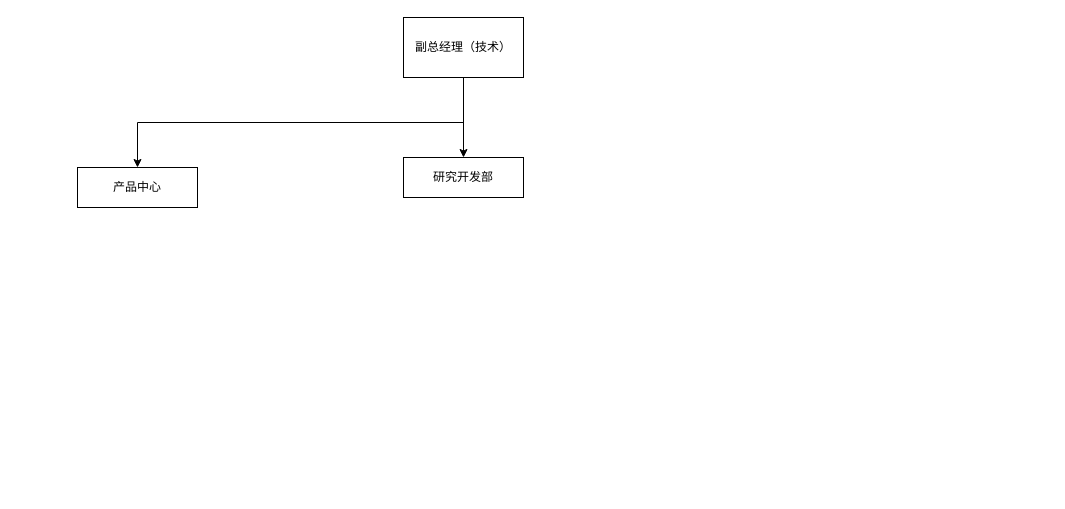
Earlier version of the draw.io diagram rd_department_arch.drawio (xuhui-toehold/drawings). Source tidied: cells renumbered, new cells numbered last; positions are measured from the earlier drawing's top-left corner, leaving out a move shared by most shapes. Both pictures are drawn from the tidied source at 100%, with x=0, y=0 at pixel (77, 17).
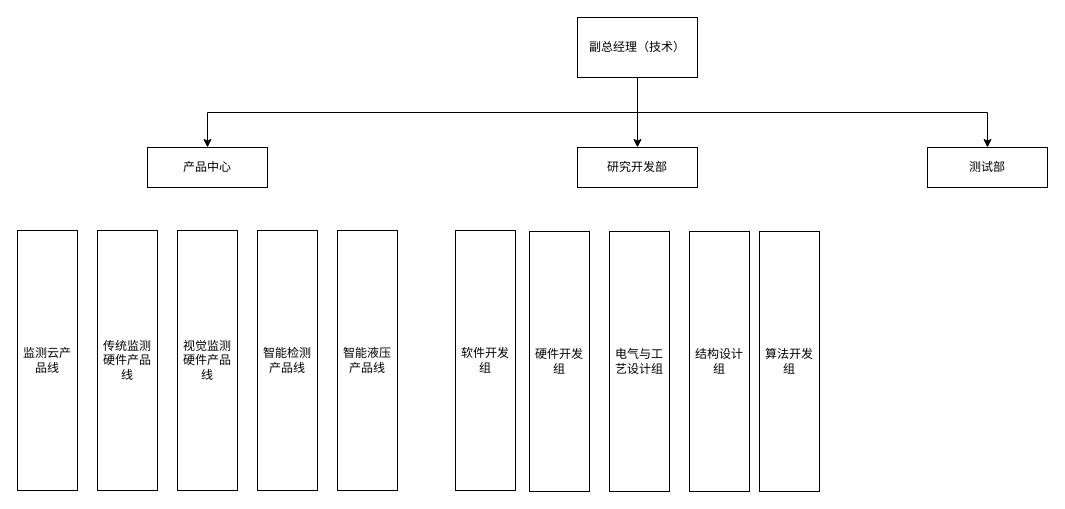
Above is the later version.

Change to the diagram source:
```diff
@@
 <mxGraphModel>
   <root>
     <mxCell id="0" />
     <mxCell id="1" parent="0" />
     <mxCell id="2" style="edgeStyle=orthogonalEdgeStyle;rounded=0;jettySize=auto;html=1;exitX=0.5;exitY=1;exitDx=0;exitDy=0;" parent="1" edge="1" source="3" target="4">
       <mxGeometry relative="1" as="geometry" />
     </mxCell>
+    <mxCell id="7" style="edgeStyle=orthogonalEdgeStyle;rounded=0;jettySize=auto;html=1;exitX=0.5;exitY=1;exitDx=0;exitDy=0;entryX=0.5;entryY=0;entryDx=0;entryDy=0;" parent="1" edge="1" source="3" target="8">
+      <mxGeometry relative="1" as="geometry" />
+    </mxCell>
     <mxCell id="3" value="副总经理（技术）" style="rounded=0;whiteSpace=wrap;html=1;" parent="1" vertex="1">
-      <mxGeometry x="326" width="120" height="60" as="geometry" />
+      <mxGeometry x="500" width="120" height="60" as="geometry" />
     </mxCell>
     <mxCell id="4" value="产品中心" style="rounded=0;whiteSpace=wrap;html=1;" parent="1" vertex="1">
-      <mxGeometry y="150" width="120" height="40" as="geometry" />
+      <mxGeometry x="70" y="130" width="120" height="40" as="geometry" />
     </mxCell>
     <mxCell id="5" value="研究开发部" style="rounded=0;whiteSpace=wrap;html=1;" parent="1" vertex="1">
-      <mxGeometry x="326" y="140" width="120" height="40" as="geometry" />
+      <mxGeometry x="500" y="130" width="120" height="40" as="geometry" />
     </mxCell>
     <mxCell id="6" style="edgeStyle=orthogonalEdgeStyle;rounded=0;jettySize=auto;html=1;exitX=0.5;exitY=1;exitDx=0;exitDy=0;" parent="1" edge="1" source="3" target="5">
       <mxGeometry relative="1" as="geometry" />
     </mxCell>
+    <mxCell id="8" value="测试部" style="rounded=0;whiteSpace=wrap;html=1;" parent="1" vertex="1">
+      <mxGeometry x="850" y="130" width="120" height="40" as="geometry" />
+    </mxCell>
+    <mxCell id="9" value="监测云产品线" style="rounded=0;whiteSpace=wrap;html=1;" parent="1" vertex="1">
+      <mxGeometry x="-60" y="213" width="60" height="260" as="geometry" />
+    </mxCell>
+    <mxCell id="10" value="传统监测硬件产品线" style="rounded=0;whiteSpace=wrap;html=1;" parent="1" vertex="1">
+      <mxGeometry x="20" y="213" width="60" height="260" as="geometry" />
+    </mxCell>
+    <mxCell id="11" value="视觉监测硬件产品线" style="rounded=0;whiteSpace=wrap;html=1;" parent="1" vertex="1">
+      <mxGeometry x="100" y="213" width="60" height="260" as="geometry" />
+    </mxCell>
+    <mxCell id="12" value="智能检测产品线" style="rounded=0;whiteSpace=wrap;html=1;" parent="1" vertex="1">
+      <mxGeometry x="180" y="213" width="60" height="260" as="geometry" />
+    </mxCell>
+    <mxCell id="13" value="智能液压产品线" style="rounded=0;whiteSpace=wrap;html=1;" parent="1" vertex="1">
+      <mxGeometry x="260" y="213" width="60" height="260" as="geometry" />
+    </mxCell>
+    <mxCell id="14" value="软件开发组" style="rounded=0;whiteSpace=wrap;html=1;" parent="1" vertex="1">
+      <mxGeometry x="378" y="213" width="60" height="260" as="geometry" />
+    </mxCell>
+    <mxCell id="15" value="硬件开发组" style="rounded=0;whiteSpace=wrap;html=1;" parent="1" vertex="1">
+      <mxGeometry x="452" y="214" width="60" height="260" as="geometry" />
+    </mxCell>
+    <mxCell id="16" value="电气与工艺设计组" style="rounded=0;whiteSpace=wrap;html=1;" parent="1" vertex="1">
+      <mxGeometry x="532" y="214" width="60" height="260" as="geometry" />
+    </mxCell>
+    <mxCell id="17" value="结构设计组" style="rounded=0;whiteSpace=wrap;html=1;" parent="1" vertex="1">
+      <mxGeometry x="612" y="214" width="60" height="260" as="geometry" />
+    </mxCell>
+    <mxCell id="18" value="算法开发组" style="rounded=0;whiteSpace=wrap;html=1;" parent="1" vertex="1">
+      <mxGeometry x="682" y="214" width="60" height="260" as="geometry" />
+    </mxCell>
   </root>
 </mxGraphModel>
```
